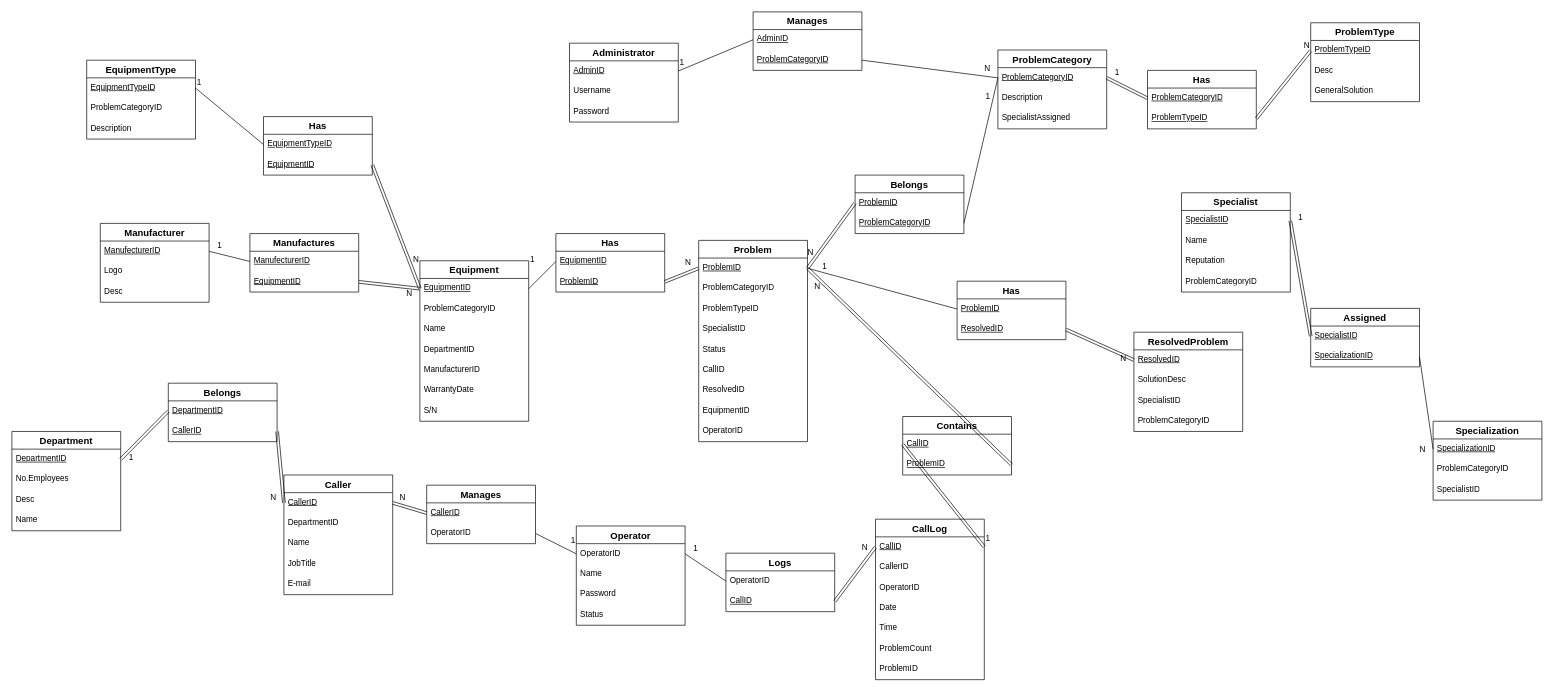
Above: DiagramaEquipamento.drawio in VascoMatos/diagramas (draw.io), before the change. Source tidied: cells renumbered, new cells numbered last; positions are measured from the earlier drawing's top-left corner, leaving out a move shared by most shapes. Both pictures are drawn from the tidied source at 68%, with x=0, y=0 at pixel (12, 12).
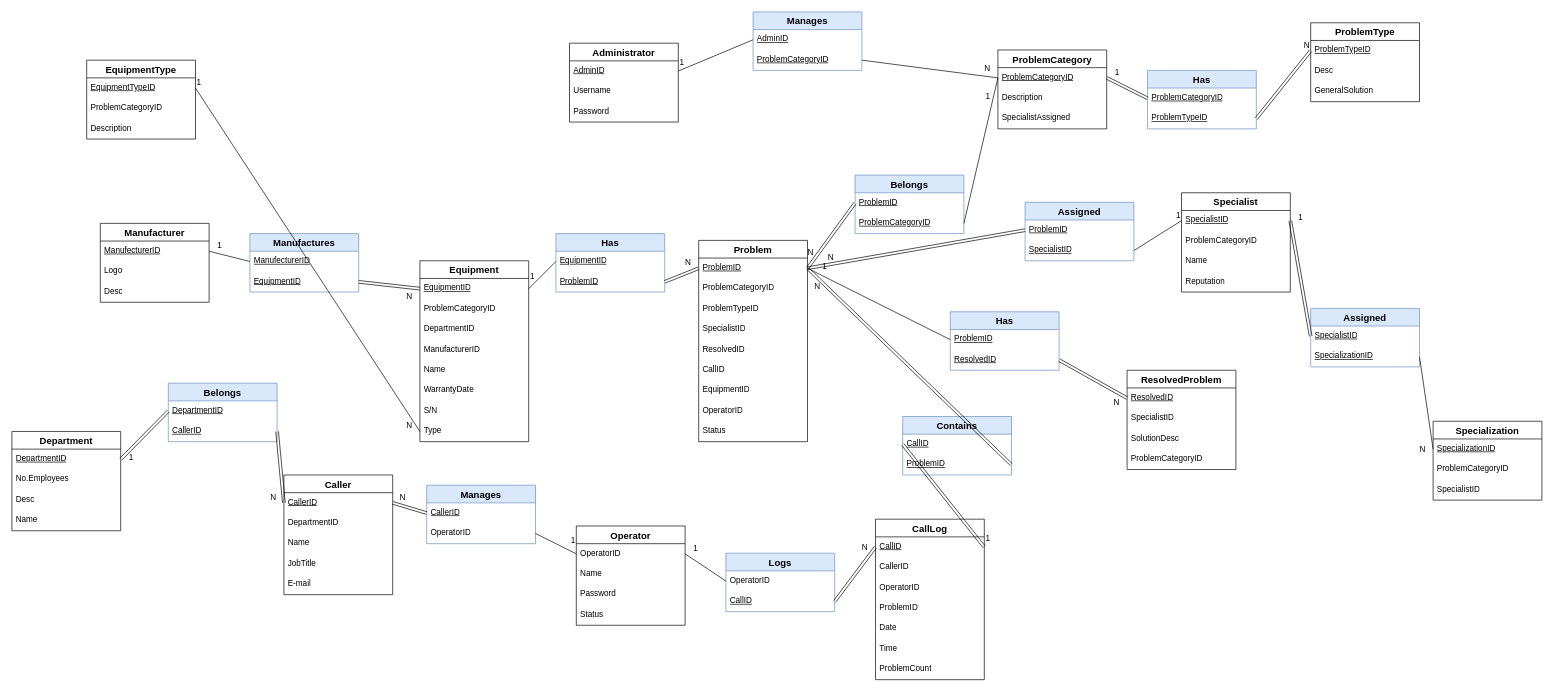
The same diagram, later.

Unchanged cells that the change refers to:
```xml
<mxCell id="3" value="&lt;u&gt;EquipmentTypeID&lt;/u&gt;" style="text;strokeColor=none;fillColor=none;spacingLeft=4;spacingRight=4;overflow=hidden;points=[[0,0.5],[1,0.5]];portConstraint=eastwest;fontSize=12;whiteSpace=wrap;html=1;" parent="2" vertex="1">
  <mxGeometry y="26" width="160" height="30" as="geometry" />
</mxCell>
<mxCell id="30" value="CallLog" style="swimlane;fontStyle=1;horizontal=1;startSize=26;align=center;fontSize=14;" parent="1" vertex="1">
  <mxGeometry x="1270" y="746" width="160" height="236" as="geometry" />
</mxCell>
<mxCell id="39" value="&lt;u&gt;EquipmentID&lt;/u&gt;" style="text;strokeColor=none;fillColor=none;spacingLeft=4;spacingRight=4;overflow=hidden;points=[[0,0.5],[1,0.5]];portConstraint=eastwest;fontSize=12;whiteSpace=wrap;html=1;" parent="38" vertex="1">
  <mxGeometry y="26" width="160" height="30" as="geometry" />
</mxCell>
<mxCell id="63" value="Specialist" style="swimlane;fontStyle=1;horizontal=1;startSize=26;align=center;fontSize=14;" parent="1" vertex="1">
  <mxGeometry x="1720" y="266" width="160" height="146" as="geometry" />
</mxCell>
<mxCell id="64" value="&lt;u&gt;SpecialistID&lt;/u&gt;" style="text;strokeColor=none;fillColor=none;spacingLeft=4;spacingRight=4;overflow=hidden;points=[[0,0.5],[1,0.5]];portConstraint=eastwest;fontSize=12;whiteSpace=wrap;html=1;" parent="63" vertex="1">
  <mxGeometry y="26" width="160" height="30" as="geometry" />
</mxCell>
<mxCell id="68" value="Problem" style="swimlane;fontStyle=1;horizontal=1;startSize=26;align=center;fontSize=14;" parent="1" vertex="1">
  <mxGeometry x="1010" y="336" width="160" height="296" as="geometry" />
</mxCell>
<mxCell id="69" value="&lt;u&gt;ProblemID&lt;/u&gt;" style="text;strokeColor=none;fillColor=none;spacingLeft=4;spacingRight=4;overflow=hidden;points=[[0,0.5],[1,0.5]];portConstraint=eastwest;fontSize=12;whiteSpace=wrap;html=1;" parent="68" vertex="1">
  <mxGeometry y="26" width="160" height="30" as="geometry" />
</mxCell>
<mxCell id="83" style="shape=link;html=1;rounded=0;entryX=0;entryY=0.5;entryDx=0;entryDy=0;exitX=1;exitY=0.5;exitDx=0;exitDy=0;" parent="1" edge="1" source="80" target="39">
  <mxGeometry relative="1" as="geometry" />
</mxCell>
<mxCell id="116" style="endArrow=none;html=1;rounded=0;entryX=1;entryY=0.5;entryDx=0;entryDy=0;exitX=0;exitY=0.5;exitDx=0;exitDy=0;" parent="1" edge="1" source="114" target="39">
  <mxGeometry relative="1" as="geometry" />
</mxCell>
<mxCell id="160" style="shape=link;html=1;rounded=0;entryX=0;entryY=0.5;entryDx=0;entryDy=0;exitX=1;exitY=0.5;exitDx=0;exitDy=0;" parent="1" edge="1" source="157" target="59">
  <mxGeometry relative="1" as="geometry" />
</mxCell>
```

Change to the diagram source:
```diff
@@
+    <mxCell id="37" value="ProblemID" style="text;strokeColor=none;fillColor=none;spacingLeft=4;spacingRight=4;overflow=hidden;fontSize=12;whiteSpace=wrap;html=1;" parent="30" vertex="1">
+      <mxGeometry y="116" width="160" height="30" as="geometry" />
+    </mxCell>
     <mxCell id="34" value="Date" style="text;strokeColor=none;fillColor=none;spacingLeft=4;spacingRight=4;overflow=hidden;fontSize=12;whiteSpace=wrap;html=1;" parent="30" vertex="1">
-      <mxGeometry y="116" width="160" height="30" as="geometry" />
+      <mxGeometry y="146" width="160" height="30" as="geometry" />
     </mxCell>
     <mxCell id="35" value="Time" style="text;strokeColor=none;fillColor=none;spacingLeft=4;spacingRight=4;overflow=hidden;fontSize=12;whiteSpace=wrap;html=1;" parent="30" vertex="1">
-      <mxGeometry y="146" width="160" height="30" as="geometry" />
+      <mxGeometry y="176" width="160" height="30" as="geometry" />
     </mxCell>
     <mxCell id="36" value="ProblemCount" style="text;strokeColor=none;fillColor=none;spacingLeft=4;spacingRight=4;overflow=hidden;fontSize=12;whiteSpace=wrap;html=1;" parent="30" vertex="1">
-      <mxGeometry y="176" width="160" height="30" as="geometry" />
+      <mxGeometry y="206" width="160" height="30" as="geometry" />
     </mxCell>
-    <mxCell id="37" value="ProblemID" style="text;strokeColor=none;fillColor=none;spacingLeft=4;spacingRight=4;overflow=hidden;fontSize=12;whiteSpace=wrap;html=1;" parent="30" vertex="1">
-      <mxGeometry y="206" width="160" height="30" as="geometry" />
-    </mxCell>
     <mxCell id="38" value="Equipment" style="swimlane;fontStyle=1;horizontal=1;startSize=26;align=center;fontSize=14;" parent="1" vertex="1">
-      <mxGeometry x="600" y="366" width="160" height="236" as="geometry" />
+      <mxGeometry x="600" y="366" width="160" height="266" as="geometry" />
     </mxCell>
@@
-    <mxCell id="41" value="Name" style="text;strokeColor=none;fillColor=none;spacingLeft=4;spacingRight=4;overflow=hidden;fontSize=12;whiteSpace=wrap;html=1;" parent="38" vertex="1">
-      <mxGeometry y="86" width="160" height="30" as="geometry" />
-    </mxCell>
     <mxCell id="42" value="DepartmentID" style="text;strokeColor=none;fillColor=none;spacingLeft=4;spacingRight=4;overflow=hidden;fontSize=12;whiteSpace=wrap;html=1;" parent="38" vertex="1">
-      <mxGeometry y="116" width="160" height="30" as="geometry" />
+      <mxGeometry y="86" width="160" height="30" as="geometry" />
     </mxCell>
     <mxCell id="43" value="ManufacturerID" style="text;strokeColor=none;fillColor=none;spacingLeft=4;spacingRight=4;overflow=hidden;fontSize=12;whiteSpace=wrap;html=1;" parent="38" vertex="1">
-      <mxGeometry y="146" width="160" height="30" as="geometry" />
+      <mxGeometry y="116" width="160" height="30" as="geometry" />
     </mxCell>
+    <mxCell id="41" value="Name" style="text;strokeColor=none;fillColor=none;spacingLeft=4;spacingRight=4;overflow=hidden;fontSize=12;whiteSpace=wrap;html=1;" parent="38" vertex="1">
+      <mxGeometry y="146" width="160" height="30" as="geometry" />
+    </mxCell>
@@
+    <mxCell id="162" value="Type" style="text;strokeColor=none;fillColor=none;spacingLeft=4;spacingRight=4;overflow=hidden;points=[[0,0.5],[1,0.5]];portConstraint=eastwest;fontSize=12;whiteSpace=wrap;html=1;" parent="38" vertex="1">
+      <mxGeometry y="236" width="160" height="30" as="geometry" />
+    </mxCell>
@@
     <mxCell id="58" value="ResolvedProblem" style="swimlane;fontStyle=1;horizontal=1;startSize=26;align=center;fontSize=14;" parent="1" vertex="1">
-      <mxGeometry x="1650" y="471" width="160" height="146" as="geometry" />
+      <mxGeometry x="1640" y="527" width="160" height="146" as="geometry" />
     </mxCell>
@@
+    <mxCell id="61" value="SpecialistID" style="text;strokeColor=none;fillColor=none;spacingLeft=4;spacingRight=4;overflow=hidden;fontSize=12;whiteSpace=wrap;html=1;" parent="58" vertex="1">
+      <mxGeometry y="56" width="160" height="30" as="geometry" />
+    </mxCell>
     <mxCell id="60" value="SolutionDesc" style="text;strokeColor=none;fillColor=none;spacingLeft=4;spacingRight=4;overflow=hidden;fontSize=12;whiteSpace=wrap;html=1;" parent="58" vertex="1">
-      <mxGeometry y="56" width="160" height="30" as="geometry" />
+      <mxGeometry y="86" width="160" height="30" as="geometry" />
     </mxCell>
-    <mxCell id="61" value="SpecialistID" style="text;strokeColor=none;fillColor=none;spacingLeft=4;spacingRight=4;overflow=hidden;fontSize=12;whiteSpace=wrap;html=1;" parent="58" vertex="1">
-      <mxGeometry y="86" width="160" height="30" as="geometry" />
-    </mxCell>
@@
+    <mxCell id="67" value="ProblemCategoryID" style="text;strokeColor=none;fillColor=none;spacingLeft=4;spacingRight=4;overflow=hidden;fontSize=12;whiteSpace=wrap;html=1;" parent="63" vertex="1">
+      <mxGeometry y="56" width="160" height="30" as="geometry" />
+    </mxCell>
     <mxCell id="65" value="Name" style="text;strokeColor=none;fillColor=none;spacingLeft=4;spacingRight=4;overflow=hidden;fontSize=12;whiteSpace=wrap;html=1;" parent="63" vertex="1">
-      <mxGeometry y="56" width="160" height="30" as="geometry" />
+      <mxGeometry y="86" width="160" height="30" as="geometry" />
     </mxCell>
     <mxCell id="66" value="Reputation" style="text;strokeColor=none;fillColor=none;spacingLeft=4;spacingRight=4;overflow=hidden;fontSize=12;whiteSpace=wrap;html=1;" parent="63" vertex="1">
-      <mxGeometry y="86" width="160" height="30" as="geometry" />
+      <mxGeometry y="116" width="160" height="30" as="geometry" />
     </mxCell>
-    <mxCell id="67" value="ProblemCategoryID" style="text;strokeColor=none;fillColor=none;spacingLeft=4;spacingRight=4;overflow=hidden;fontSize=12;whiteSpace=wrap;html=1;" parent="63" vertex="1">
-      <mxGeometry y="116" width="160" height="30" as="geometry" />
-    </mxCell>
@@
-    <mxCell id="73" value="Status" style="text;strokeColor=none;fillColor=none;spacingLeft=4;spacingRight=4;overflow=hidden;fontSize=12;whiteSpace=wrap;html=1;" parent="68" vertex="1">
-      <mxGeometry y="146" width="160" height="30" as="geometry" />
-    </mxCell>
+    <mxCell id="75" value="ResolvedID" style="text;strokeColor=none;fillColor=none;spacingLeft=4;spacingRight=4;overflow=hidden;fontSize=12;whiteSpace=wrap;html=1;" parent="68" vertex="1">
+      <mxGeometry y="146" width="160" height="30" as="geometry" />
+    </mxCell>
@@
-    <mxCell id="75" value="ResolvedID" style="text;strokeColor=none;fillColor=none;spacingLeft=4;spacingRight=4;overflow=hidden;fontSize=12;whiteSpace=wrap;html=1;" parent="68" vertex="1">
-      <mxGeometry y="206" width="160" height="30" as="geometry" />
-    </mxCell>
     <mxCell id="76" value="EquipmentID" style="text;strokeColor=none;fillColor=none;spacingLeft=4;spacingRight=4;overflow=hidden;fontSize=12;whiteSpace=wrap;html=1;" parent="68" vertex="1">
-      <mxGeometry y="236" width="160" height="30" as="geometry" />
+      <mxGeometry y="206" width="160" height="30" as="geometry" />
     </mxCell>
     <mxCell id="77" value="OperatorID" style="text;strokeColor=none;fillColor=none;spacingLeft=4;spacingRight=4;overflow=hidden;fontSize=12;whiteSpace=wrap;html=1;" parent="68" vertex="1">
-      <mxGeometry y="266" width="160" height="30" as="geometry" />
+      <mxGeometry y="236" width="160" height="30" as="geometry" />
     </mxCell>
+    <mxCell id="73" value="Status" style="text;strokeColor=none;fillColor=none;spacingLeft=4;spacingRight=4;overflow=hidden;fontSize=12;whiteSpace=wrap;html=1;" parent="68" vertex="1">
+      <mxGeometry y="266" width="160" height="30" as="geometry" />
+    </mxCell>
-    <mxCell id="78" value="Manufactures" style="swimlane;fontStyle=1;horizontal=1;startSize=26;align=center;fontSize=14;" parent="1" vertex="1">
+    <mxCell id="78" value="Manufactures" style="swimlane;fontStyle=1;horizontal=1;startSize=26;align=center;fontSize=14;fillColor=#dae8fc;strokeColor=#6c8ebf;" parent="1" vertex="1">
       <mxGeometry x="350" y="326" width="160" height="86" as="geometry" />
     </mxCell>
@@
     <mxCell id="84" value="N" style="html=1;whiteSpace=wrap;align=right;verticalAlign=bottom;" parent="83" vertex="1">
       <mxGeometry x="1" relative="1" as="geometry">
-        <mxPoint x="-10" y="15" as="offset" />
+        <mxPoint x="-10" y="20" as="offset" />
       </mxGeometry>
     </mxCell>
-    <mxCell id="85" value="Belongs" style="swimlane;fontStyle=1;horizontal=1;startSize=26;align=center;fontSize=14;" parent="1" vertex="1">
+    <mxCell id="85" value="Belongs" style="swimlane;fontStyle=1;horizontal=1;startSize=26;align=center;fontSize=14;fillColor=#dae8fc;strokeColor=#6c8ebf;" parent="1" vertex="1">
       <mxGeometry x="230" y="546" width="160" height="86" as="geometry" />
     </mxCell>
@@
-    <mxCell id="92" value="Manages" style="swimlane;fontStyle=1;horizontal=1;startSize=26;align=center;fontSize=14;" parent="1" vertex="1">
+    <mxCell id="92" value="Manages" style="swimlane;fontStyle=1;horizontal=1;startSize=26;align=center;fontSize=14;fillColor=#dae8fc;strokeColor=#6c8ebf;" parent="1" vertex="1">
       <mxGeometry x="610" y="696" width="160" height="86" as="geometry" />
     </mxCell>
@@
-    <mxCell id="99" value="Manages" style="swimlane;fontStyle=1;horizontal=1;startSize=26;align=center;fontSize=14;" parent="1" vertex="1">
+    <mxCell id="99" value="Manages" style="swimlane;fontStyle=1;horizontal=1;startSize=26;align=center;fontSize=14;fillColor=#dae8fc;strokeColor=#6c8ebf;" parent="1" vertex="1">
       <mxGeometry x="1090" width="160" height="86" as="geometry" />
     </mxCell>
@@
-    <mxCell id="106" value="Has" style="swimlane;fontStyle=1;horizontal=1;startSize=26;align=center;fontSize=14;" parent="1" vertex="1">
-      <mxGeometry x="370" y="154" width="160" height="86" as="geometry" />
-    </mxCell>
-    <mxCell id="107" value="&lt;u&gt;EquipmentTypeID&lt;/u&gt;" style="text;strokeColor=none;fillColor=none;spacingLeft=4;spacingRight=4;overflow=hidden;points=[[0,0.5],[1,0.5]];portConstraint=eastwest;fontSize=12;whiteSpace=wrap;html=1;" parent="106" vertex="1">
-      <mxGeometry y="26" width="160" height="30" as="geometry" />
-    </mxCell>
-    <mxCell id="108" value="&lt;u&gt;EquipmentID&lt;/u&gt;" style="text;strokeColor=none;fillColor=none;spacingLeft=4;spacingRight=4;overflow=hidden;points=[[0,0.5],[1,0.5]];portConstraint=eastwest;fontSize=12;whiteSpace=wrap;html=1;" parent="106" vertex="1">
-      <mxGeometry y="56" width="160" height="30" as="geometry" />
-    </mxCell>
-    <mxCell id="109" style="endArrow=none;html=1;rounded=0;entryX=1;entryY=0.5;entryDx=0;entryDy=0;exitX=0;exitY=0.5;exitDx=0;exitDy=0;" parent="1" edge="1" source="107" target="3">
-      <mxGeometry relative="1" as="geometry" />
-    </mxCell>
-    <mxCell id="110" value="1" style="html=1;whiteSpace=wrap;align=right;verticalAlign=bottom;" parent="109" vertex="1">
-      <mxGeometry x="1" relative="1" as="geometry">
-        <mxPoint x="10" as="offset" />
-      </mxGeometry>
-    </mxCell>
-    <mxCell id="111" style="shape=link;html=1;rounded=0;exitX=1;exitY=0.5;exitDx=0;exitDy=0;entryX=0;entryY=0.5;entryDx=0;entryDy=0;" parent="1" edge="1" source="108" target="39">
-      <mxGeometry relative="1" as="geometry" />
-    </mxCell>
-    <mxCell id="112" value="N" style="html=1;whiteSpace=wrap;align=right;verticalAlign=bottom;" parent="111" vertex="1">
-      <mxGeometry x="1" relative="1" as="geometry">
-        <mxPoint y="-35" as="offset" />
-      </mxGeometry>
-    </mxCell>
-    <mxCell id="113" value="Has" style="swimlane;fontStyle=1;horizontal=1;startSize=26;align=center;fontSize=14;" parent="1" vertex="1">
+    <mxCell id="113" value="Has" style="swimlane;fontStyle=1;horizontal=1;startSize=26;align=center;fontSize=14;fillColor=#dae8fc;strokeColor=#6c8ebf;" parent="1" vertex="1">
       <mxGeometry x="800" y="326" width="160" height="86" as="geometry" />
     </mxCell>
@@
     <mxCell id="117" value="1" style="html=1;whiteSpace=wrap;align=right;verticalAlign=bottom;" parent="116" vertex="1">
       <mxGeometry x="1" relative="1" as="geometry">
-        <mxPoint x="10" y="-35" as="offset" />
+        <mxPoint x="10" y="-10" as="offset" />
       </mxGeometry>
     </mxCell>
@@
-    <mxCell id="120" value="Belongs" style="swimlane;fontStyle=1;horizontal=1;startSize=26;align=center;fontSize=14;" parent="1" vertex="1">
+    <mxCell id="120" value="Belongs" style="swimlane;fontStyle=1;horizontal=1;startSize=26;align=center;fontSize=14;fillColor=#dae8fc;strokeColor=#6c8ebf;" parent="1" vertex="1">
       <mxGeometry x="1240" y="240" width="160" height="86" as="geometry" />
     </mxCell>
@@
-    <mxCell id="127" value="Has" style="swimlane;fontStyle=1;horizontal=1;startSize=26;align=center;fontSize=14;" parent="1" vertex="1">
+    <mxCell id="127" value="Has" style="swimlane;fontStyle=1;horizontal=1;startSize=26;align=center;fontSize=14;fillColor=#dae8fc;strokeColor=#6c8ebf;" parent="1" vertex="1">
       <mxGeometry x="1670" y="86" width="160" height="86" as="geometry" />
     </mxCell>
@@
-    <mxCell id="134" value="Logs" style="swimlane;fontStyle=1;horizontal=1;startSize=26;align=center;fontSize=14;" parent="1" vertex="1">
+    <mxCell id="134" value="Logs" style="swimlane;fontStyle=1;horizontal=1;startSize=26;align=center;fontSize=14;fillColor=#dae8fc;strokeColor=#6c8ebf;" parent="1" vertex="1">
       <mxGeometry x="1050" y="796" width="160" height="86" as="geometry" />
     </mxCell>
@@
-    <mxCell id="141" value="Contains" style="swimlane;fontStyle=1;horizontal=1;startSize=26;align=center;fontSize=14;" parent="1" vertex="1">
+    <mxCell id="141" value="Contains" style="swimlane;fontStyle=1;horizontal=1;startSize=26;align=center;fontSize=14;fillColor=#dae8fc;strokeColor=#6c8ebf;" parent="1" vertex="1">
       <mxGeometry x="1310" y="595" width="160" height="86" as="geometry" />
     </mxCell>
@@
-    <mxCell id="148" value="Assigned" style="swimlane;fontStyle=1;horizontal=1;startSize=26;align=center;fontSize=14;" parent="1" vertex="1">
+    <mxCell id="148" value="Assigned" style="swimlane;fontStyle=1;horizontal=1;startSize=26;align=center;fontSize=14;fillColor=#dae8fc;strokeColor=#6c8ebf;" parent="1" vertex="1">
       <mxGeometry x="1910" y="436" width="160" height="86" as="geometry" />
     </mxCell>
@@
-    <mxCell id="155" value="Has" style="swimlane;fontStyle=1;horizontal=1;startSize=26;align=center;fontSize=14;" parent="1" vertex="1">
-      <mxGeometry x="1390" y="396" width="160" height="86" as="geometry" />
+    <mxCell id="155" value="Has" style="swimlane;fontStyle=1;horizontal=1;startSize=26;align=center;fontSize=14;fillColor=#dae8fc;strokeColor=#6c8ebf;" parent="1" vertex="1">
+      <mxGeometry x="1380" y="441" width="160" height="86" as="geometry" />
     </mxCell>
@@
     <mxCell id="161" value="N" style="html=1;whiteSpace=wrap;align=right;verticalAlign=bottom;" parent="160" vertex="1">
       <mxGeometry x="1" relative="1" as="geometry">
-        <mxPoint x="-10" y="6" as="offset" />
+        <mxPoint x="-10" y="15" as="offset" />
       </mxGeometry>
     </mxCell>
+    <mxCell id="163" value="Assigned" style="swimlane;fontStyle=1;horizontal=1;startSize=26;align=center;fontSize=14;fillColor=#dae8fc;strokeColor=#6c8ebf;" parent="1" vertex="1">
+      <mxGeometry x="1490" y="280" width="160" height="86" as="geometry" />
+    </mxCell>
+    <mxCell id="164" value="&lt;u&gt;ProblemID&lt;/u&gt;" style="text;strokeColor=none;fillColor=none;spacingLeft=4;spacingRight=4;overflow=hidden;points=[[0,0.5],[1,0.5]];portConstraint=eastwest;fontSize=12;whiteSpace=wrap;html=1;" parent="163" vertex="1">
+      <mxGeometry y="26" width="160" height="30" as="geometry" />
+    </mxCell>
+    <mxCell id="165" value="&lt;u&gt;SpecialistID&lt;/u&gt;" style="text;strokeColor=none;fillColor=none;spacingLeft=4;spacingRight=4;overflow=hidden;points=[[0,0.5],[1,0.5]];portConstraint=eastwest;fontSize=12;whiteSpace=wrap;html=1;" parent="163" vertex="1">
+      <mxGeometry y="56" width="160" height="30" as="geometry" />
+    </mxCell>
+    <mxCell id="166" style="endArrow=none;html=1;rounded=0;entryX=0;entryY=0.5;entryDx=0;entryDy=0;exitX=1;exitY=0.5;exitDx=0;exitDy=0;" parent="1" edge="1" source="165" target="64">
+      <mxGeometry relative="1" as="geometry" />
+    </mxCell>
+    <mxCell id="110" value="1" style="html=1;whiteSpace=wrap;align=right;verticalAlign=bottom;" parent="166" vertex="1">
+      <mxGeometry x="1" relative="1" as="geometry" />
+    </mxCell>
+    <mxCell id="167" style="shape=link;html=1;rounded=0;entryX=1;entryY=0.5;entryDx=0;entryDy=0;exitX=0;exitY=0.5;exitDx=0;exitDy=0;" parent="1" edge="1" source="164" target="69">
+      <mxGeometry relative="1" as="geometry" />
+    </mxCell>
+    <mxCell id="168" value="N" style="html=1;whiteSpace=wrap;align=right;verticalAlign=bottom;" parent="167" vertex="1">
+      <mxGeometry x="1" relative="1" as="geometry">
+        <mxPoint x="40" y="-8" as="offset" />
+      </mxGeometry>
+    </mxCell>
+    <mxCell id="169" style="endArrow=none;html=1;rounded=0;exitX=1;exitY=0.5;exitDx=0;exitDy=0;entryX=0;entryY=0.5;entryDx=0;entryDy=0;" parent="1" edge="1" source="3" target="162">
+      <mxGeometry relative="1" as="geometry" />
+    </mxCell>
+    <mxCell id="170" value="1" style="html=1;whiteSpace=wrap;align=left;verticalAlign=bottom;" parent="169" vertex="1">
+      <mxGeometry x="-1" relative="1" as="geometry" />
+    </mxCell>
+    <mxCell id="171" value="N" style="html=1;whiteSpace=wrap;align=right;verticalAlign=bottom;" parent="169" vertex="1">
+      <mxGeometry x="1" relative="1" as="geometry">
+        <mxPoint x="-10" as="offset" />
+      </mxGeometry>
+    </mxCell>
```
